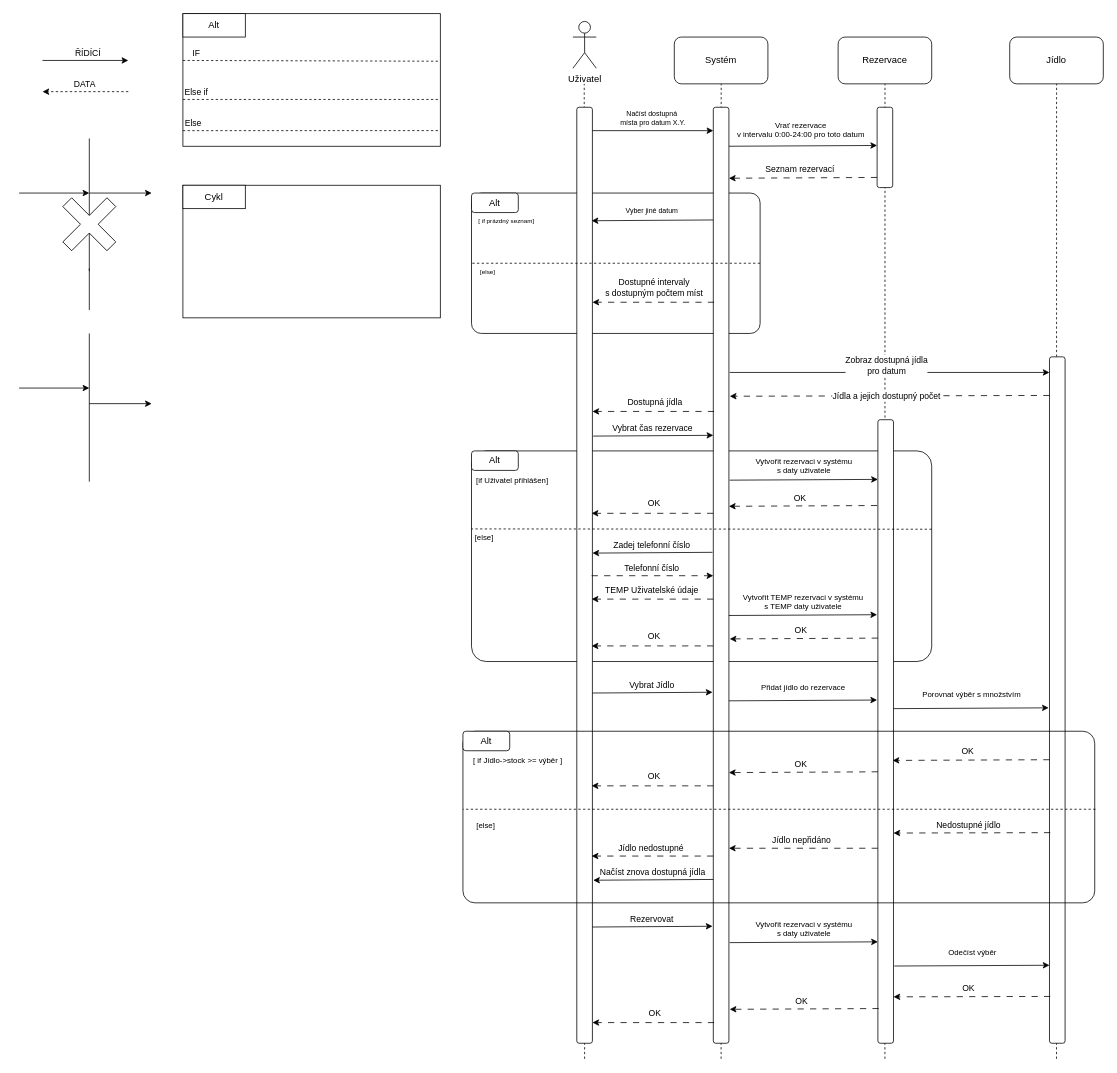
Earlier version of the draw.io diagram page "Sekvenční" (3 of 3) of Diagram.drawio (LPbigFish/SWI-Projekt). Source tidied: cells renumbered, new cells numbered last; positions are measured from the earlier drawing's top-left corner, leaving out a move shared by most shapes. Both pictures are drawn from the tidied source at 78%, with x=0, y=0 at pixel (19, 13).
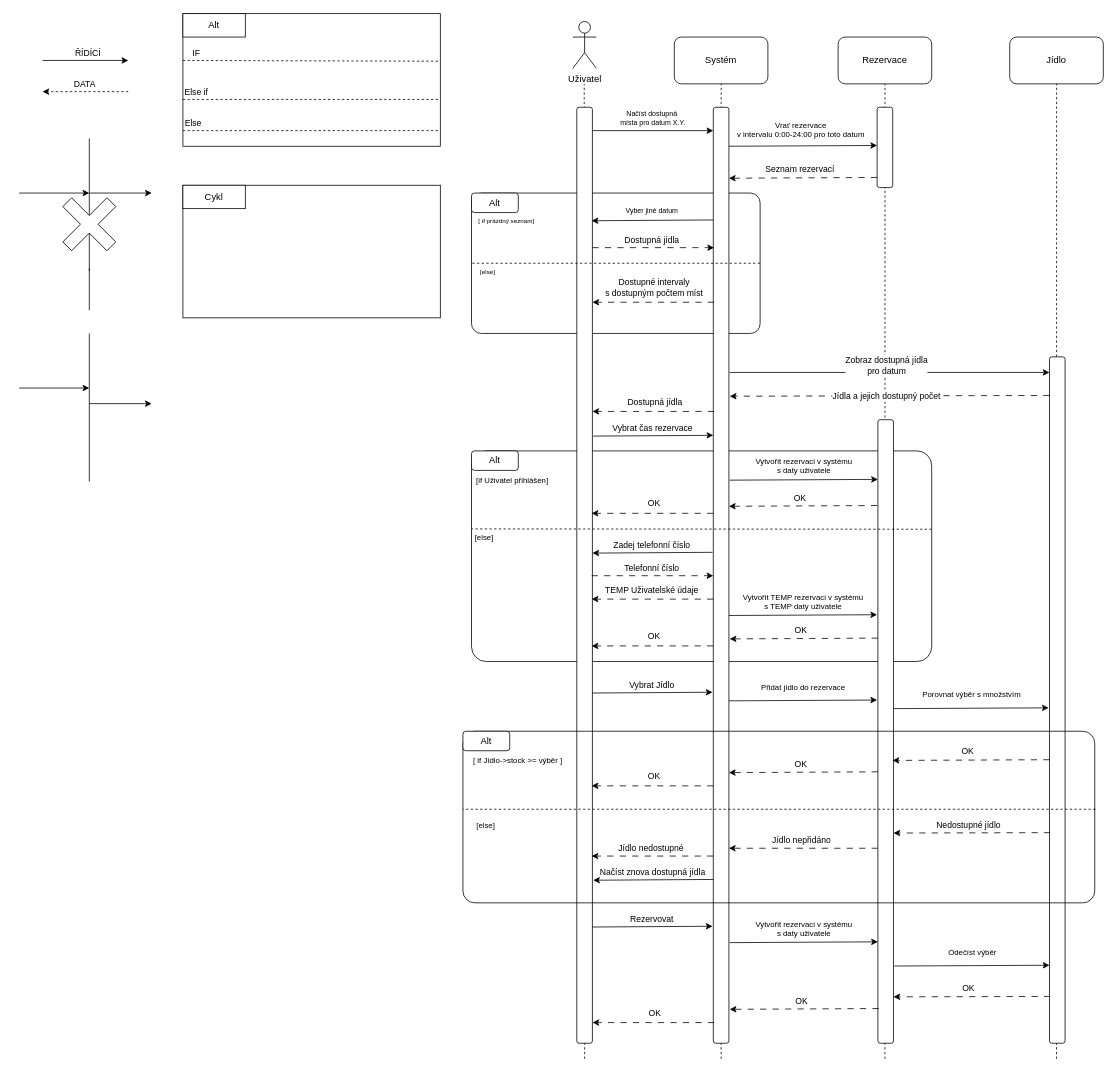
Above is the later version.

What changed in the source:
```diff
@@
+    <mxCell id="120" style="endArrow=classic;html=1;rounded=0;dashed=1;strokeWidth=1;dashPattern=8 8;" parent="1" edge="1">
+      <mxGeometry relative="1" as="geometry">
+        <mxPoint x="735" y="300" as="sourcePoint" />
+        <mxPoint x="891" y="300" as="targetPoint" />
+      </mxGeometry>
+    </mxCell>
+    <mxCell id="121" value="Dostupná jídla" style="edgeLabel;html=1;align=center;verticalAlign=middle;" parent="120" vertex="1">
+      <mxGeometry x="0.04" y="-1" relative="1" as="geometry">
+        <mxPoint x="-6" y="-12" as="offset" />
+      </mxGeometry>
+    </mxCell>
```
